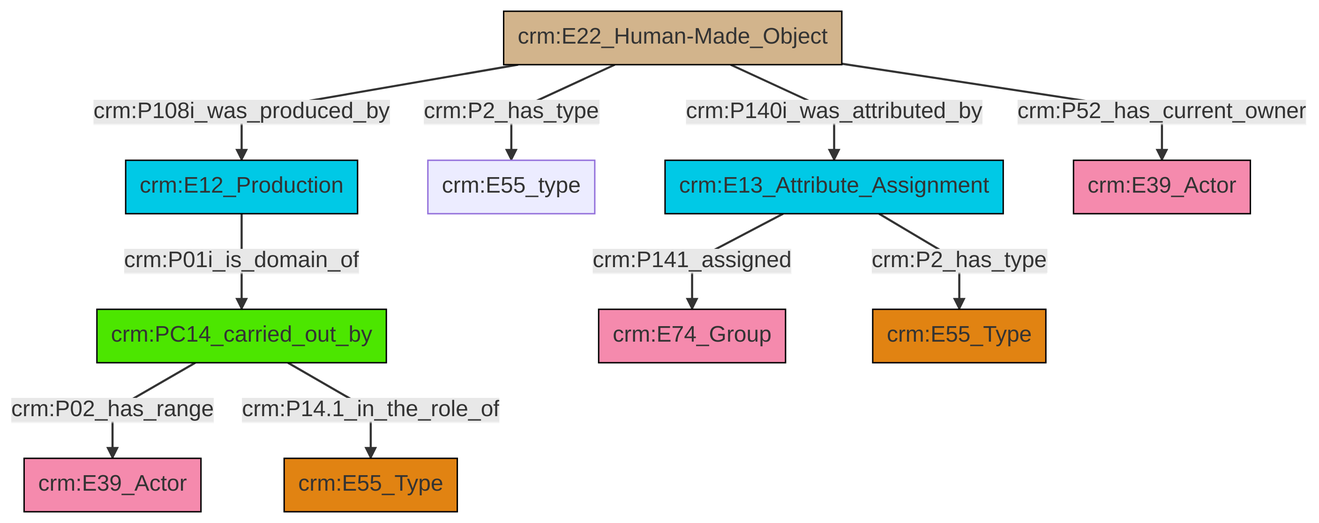
Before: et/builtWorkCSV/ttl/mmd/png/Built_Work_actor_relations.png, a diagram exported from Mermaid (swiss-art-research-net/reference-data-models). Its source is kept beside it as et/builtWorkCSV/ttl/mmd/Built_Work_actor_relations.ttl.mmd.
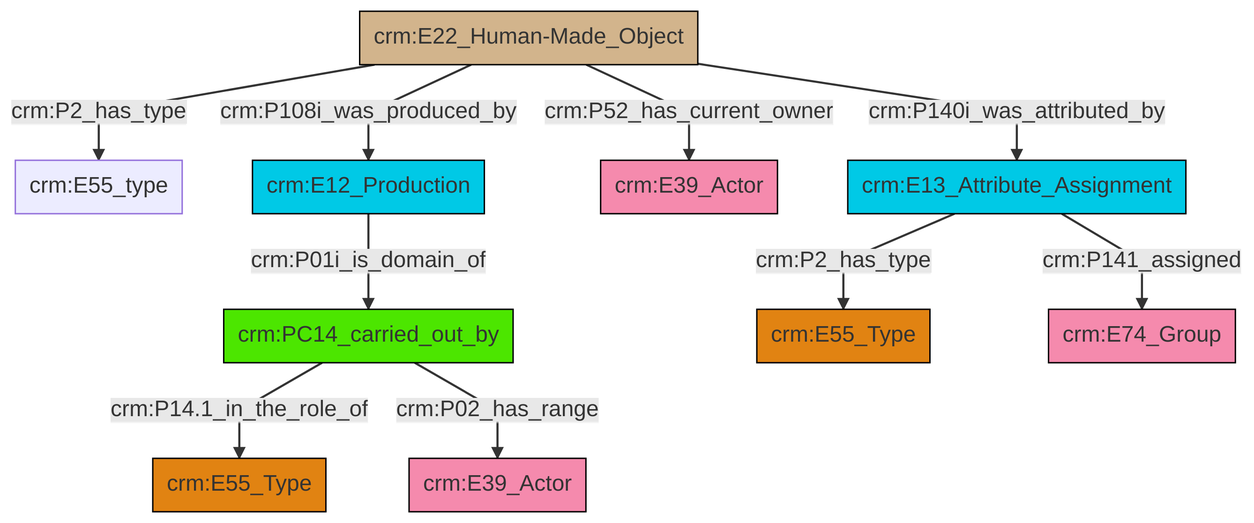
The same file after the commit.

Change to the diagram source:
```diff
@@ -13,12 +13,12 @@
 classDef PC_Classes fill:#4ce600, stroke:#000000;
 classDef Multi fill:#cccccc,stroke:#000000;
 
-0["crm:E22_Human-Made_Object"]:::Physical_Thing -->|crm:P108i_was_produced_by| 1["crm:E12_Production"]:::Temporal_Entity
-0["crm:E22_Human-Made_Object"]:::Physical_Thing -->|crm:P2_has_type| 4["crm:E55_type"]:::Default
-8["crm:PC14_carried_out_by"]:::PC_Classes -->|crm:P02_has_range| 5["crm:E39_Actor"]:::Actor
-0["crm:E22_Human-Made_Object"]:::Physical_Thing -->|crm:P140i_was_attributed_by| 10["crm:E13_Attribute_Assignment"]:::Temporal_Entity
-10["crm:E13_Attribute_Assignment"]:::Temporal_Entity -->|crm:P141_assigned| 13["crm:E74_Group"]:::Actor
-0["crm:E22_Human-Made_Object"]:::Physical_Thing -->|crm:P52_has_current_owner| 16["crm:E39_Actor"]:::Actor
-10["crm:E13_Attribute_Assignment"]:::Temporal_Entity -->|crm:P2_has_type| 2["crm:E55_Type"]:::Type
-8["crm:PC14_carried_out_by"]:::PC_Classes -->|crm:P14.1_in_the_role_of| 11["crm:E55_Type"]:::Type
-1["crm:E12_Production"]:::Temporal_Entity -->|crm:P01i_is_domain_of| 8["crm:PC14_carried_out_by"]:::PC_Classes
+0["crm:E13_Attribute_Assignment"]:::Temporal_Entity -->|crm:P2_has_type| 1["crm:E55_Type"]:::Type
+7["crm:E22_Human-Made_Object"]:::Physical_Thing -->|crm:P2_has_type| 9["crm:E55_type"]:::Default
+11["crm:PC14_carried_out_by"]:::PC_Classes -->|crm:P14.1_in_the_role_of| 12["crm:E55_Type"]:::Type
+7["crm:E22_Human-Made_Object"]:::Physical_Thing -->|crm:P108i_was_produced_by| 5["crm:E12_Production"]:::Temporal_Entity
+0["crm:E13_Attribute_Assignment"]:::Temporal_Entity -->|crm:P141_assigned| 13["crm:E74_Group"]:::Actor
+7["crm:E22_Human-Made_Object"]:::Physical_Thing -->|crm:P52_has_current_owner| 2["crm:E39_Actor"]:::Actor
+7["crm:E22_Human-Made_Object"]:::Physical_Thing -->|crm:P140i_was_attributed_by| 0["crm:E13_Attribute_Assignment"]:::Temporal_Entity
+11["crm:PC14_carried_out_by"]:::PC_Classes -->|crm:P02_has_range| 18["crm:E39_Actor"]:::Actor
+5["crm:E12_Production"]:::Temporal_Entity -->|crm:P01i_is_domain_of| 11["crm:PC14_carried_out_by"]:::PC_Classes
```
